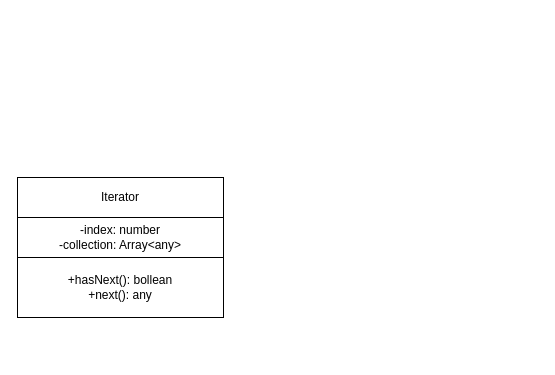
The draw.io diagram 3_behaviour/iterator/iterator.drawio in plnnsimon/patterns, before the edit. Source tidied: cells renumbered, new cells numbered last; positions are measured from the earlier drawing's top-left corner, leaving out a move shared by most shapes. Both pictures are drawn from the tidied source at 100%, with x=0, y=0 at pixel (17, 177).
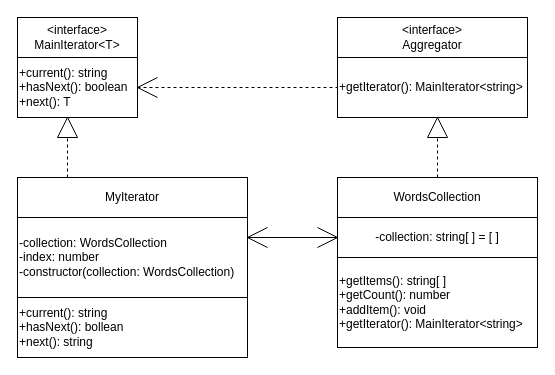
The same page after the edit.

Change to the diagram source:
```diff
@@
-    <mxCell id="2" value="Iterator" style="rounded=0;whiteSpace=wrap;html=1;" parent="1" vertex="1">
-      <mxGeometry width="206" height="40" as="geometry" />
+    <mxCell id="2" value="MyIterator" style="rounded=0;whiteSpace=wrap;html=1;" parent="1" vertex="1">
+      <mxGeometry width="230" height="40" as="geometry" />
     </mxCell>
-    <mxCell id="3" value="-index: number&lt;br&gt;-collection: Array&amp;lt;any&amp;gt;" style="rounded=0;whiteSpace=wrap;html=1;" parent="1" vertex="1">
-      <mxGeometry y="40" width="206" height="40" as="geometry" />
+    <mxCell id="3" value="-collection: WordsCollection&lt;br&gt;-index: number&lt;br&gt;-constructor(collection: WordsCollection)" style="rounded=0;whiteSpace=wrap;html=1;align=left;" parent="1" vertex="1">
+      <mxGeometry y="40" width="230" height="80" as="geometry" />
     </mxCell>
-    <mxCell id="4" value="+hasNext(): bollean&lt;br&gt;+next(): any" style="rounded=0;whiteSpace=wrap;html=1;" parent="1" vertex="1">
-      <mxGeometry y="80" width="206" height="60" as="geometry" />
+    <mxCell id="4" value="+current(): string&lt;br&gt;+hasNext(): bollean&lt;br&gt;+next(): string" style="rounded=0;whiteSpace=wrap;html=1;align=left;" parent="1" vertex="1">
+      <mxGeometry y="120" width="230" height="60" as="geometry" />
     </mxCell>
+    <mxCell id="5" value="&amp;lt;interface&amp;gt;&lt;br&gt;MainIterator&amp;lt;T&amp;gt;" style="rounded=0;whiteSpace=wrap;html=1;" parent="1" vertex="1">
+      <mxGeometry y="-160" width="120" height="40" as="geometry" />
+    </mxCell>
+    <mxCell id="6" value="+current(): string&lt;br&gt;+hasNext(): boolean&lt;br&gt;+next(): T" style="rounded=0;whiteSpace=wrap;html=1;align=left;" parent="1" vertex="1">
+      <mxGeometry y="-120" width="120" height="60" as="geometry" />
+    </mxCell>
+    <mxCell id="7" value="&amp;lt;interface&amp;gt;&lt;br&gt;Aggregator" style="rounded=0;whiteSpace=wrap;html=1;" parent="1" vertex="1">
+      <mxGeometry x="320" y="-160" width="190" height="40" as="geometry" />
+    </mxCell>
+    <mxCell id="8" value="+getIterator(): MainIterator&amp;lt;string&amp;gt;" style="rounded=0;whiteSpace=wrap;html=1;align=left;" parent="1" vertex="1">
+      <mxGeometry x="320" y="-120" width="190" height="60" as="geometry" />
+    </mxCell>
+    <mxCell id="9" value="WordsCollection" style="rounded=0;whiteSpace=wrap;html=1;" parent="1" vertex="1">
+      <mxGeometry x="320" width="200" height="40" as="geometry" />
+    </mxCell>
+    <mxCell id="10" value="-collection: string[ ] = [ ]" style="rounded=0;whiteSpace=wrap;html=1;" parent="1" vertex="1">
+      <mxGeometry x="320" y="40" width="200" height="40" as="geometry" />
+    </mxCell>
+    <mxCell id="11" value="+getItems(): string[ ]&lt;br&gt;+getCount(): number&lt;br&gt;+addItem(): void&lt;br&gt;&lt;div&gt;&lt;span&gt;+getIterator(): MainIterator&amp;lt;string&amp;gt;&lt;/span&gt;&lt;/div&gt;" style="rounded=0;whiteSpace=wrap;html=1;align=left;" parent="1" vertex="1">
+      <mxGeometry x="320" y="80" width="200" height="90" as="geometry" />
+    </mxCell>
+    <mxCell id="12" style="endArrow=none;dashed=1;html=1;entryX=0;entryY=0.5;entryDx=0;entryDy=0;exitX=1;exitY=0.5;exitDx=0;exitDy=0;" parent="1" edge="1" source="6" target="8">
+      <mxGeometry relative="1" as="geometry" />
+    </mxCell>
+    <mxCell id="13" style="endArrow=none;html=1;" parent="1" edge="1">
+      <mxGeometry relative="1" as="geometry">
+        <mxPoint x="120" y="-90" as="sourcePoint" />
+        <mxPoint x="140" y="-100" as="targetPoint" />
+      </mxGeometry>
+    </mxCell>
+    <mxCell id="14" style="endArrow=none;html=1;" parent="1" edge="1">
+      <mxGeometry relative="1" as="geometry">
+        <mxPoint x="120" y="-90" as="sourcePoint" />
+        <mxPoint x="140" y="-80" as="targetPoint" />
+      </mxGeometry>
+    </mxCell>
+    <mxCell id="15" style="endArrow=none;dashed=1;html=1;" parent="1" edge="1">
+      <mxGeometry relative="1" as="geometry">
+        <mxPoint x="50" as="sourcePoint" />
+        <mxPoint x="50" y="-40" as="targetPoint" />
+      </mxGeometry>
+    </mxCell>
+    <mxCell id="16" style="triangle;whiteSpace=wrap;html=1;rotation=-90;" parent="1" vertex="1">
+      <mxGeometry x="40" y="-60" width="20" height="20" as="geometry" />
+    </mxCell>
+    <mxCell id="17" style="endArrow=none;html=1;entryX=0;entryY=0.5;entryDx=0;entryDy=0;" parent="1" edge="1" target="10">
+      <mxGeometry relative="1" as="geometry">
+        <mxPoint x="230" y="60" as="sourcePoint" />
+      </mxGeometry>
+    </mxCell>
+    <mxCell id="18" style="endArrow=none;html=1;" parent="1" edge="1">
+      <mxGeometry relative="1" as="geometry">
+        <mxPoint x="230" y="60" as="sourcePoint" />
+        <mxPoint x="250" y="50" as="targetPoint" />
+      </mxGeometry>
+    </mxCell>
+    <mxCell id="19" style="endArrow=none;html=1;" parent="1" edge="1">
+      <mxGeometry relative="1" as="geometry">
+        <mxPoint x="230" y="60" as="sourcePoint" />
+        <mxPoint x="250" y="70" as="targetPoint" />
+      </mxGeometry>
+    </mxCell>
+    <mxCell id="20" style="endArrow=none;html=1;" parent="1" edge="1">
+      <mxGeometry relative="1" as="geometry">
+        <mxPoint x="300" y="70" as="sourcePoint" />
+        <mxPoint x="320" y="60" as="targetPoint" />
+      </mxGeometry>
+    </mxCell>
+    <mxCell id="21" style="endArrow=none;html=1;entryX=0;entryY=0.5;entryDx=0;entryDy=0;" parent="1" edge="1" target="10">
+      <mxGeometry relative="1" as="geometry">
+        <mxPoint x="300" y="50" as="sourcePoint" />
+      </mxGeometry>
+    </mxCell>
+    <mxCell id="22" style="endArrow=none;dashed=1;html=1;" parent="1" edge="1">
+      <mxGeometry relative="1" as="geometry">
+        <mxPoint x="420" as="sourcePoint" />
+        <mxPoint x="420" y="-40" as="targetPoint" />
+      </mxGeometry>
+    </mxCell>
+    <mxCell id="23" style="triangle;whiteSpace=wrap;html=1;rotation=-90;" parent="1" vertex="1">
+      <mxGeometry x="410" y="-60" width="20" height="20" as="geometry" />
+    </mxCell>
```
